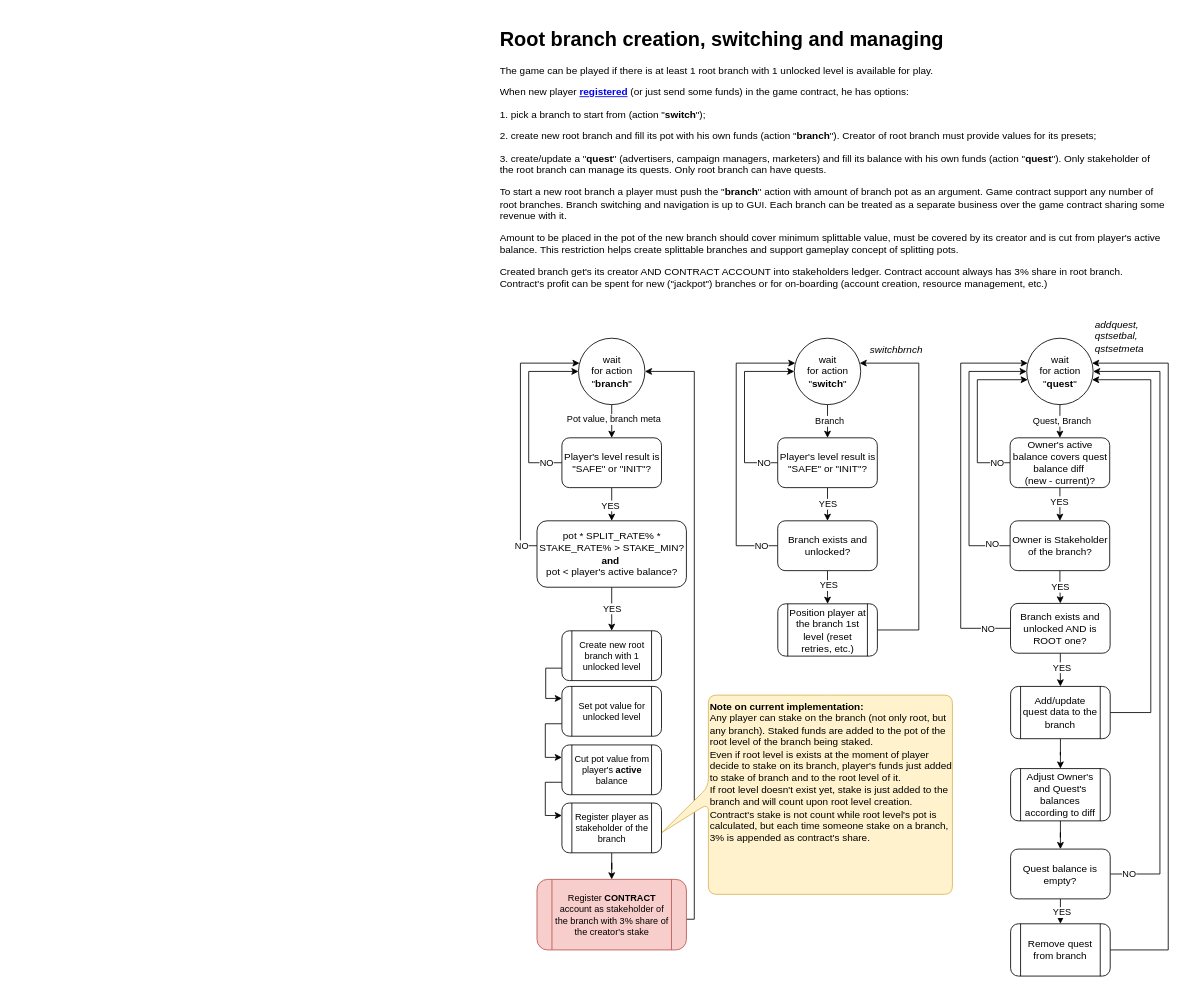
Before: page "branch" (4 of 14) of ia/WOFFLER IA.drawio in cptn-solo/woffler_contract, a draw.io diagram. Source tidied: cells renumbered, new cells numbered last; positions are measured from the earlier drawing's top-left corner, leaving out a move shared by most shapes. Both pictures are drawn from the tidied source at 83%, with x=0, y=0 at pixel (496, 22).
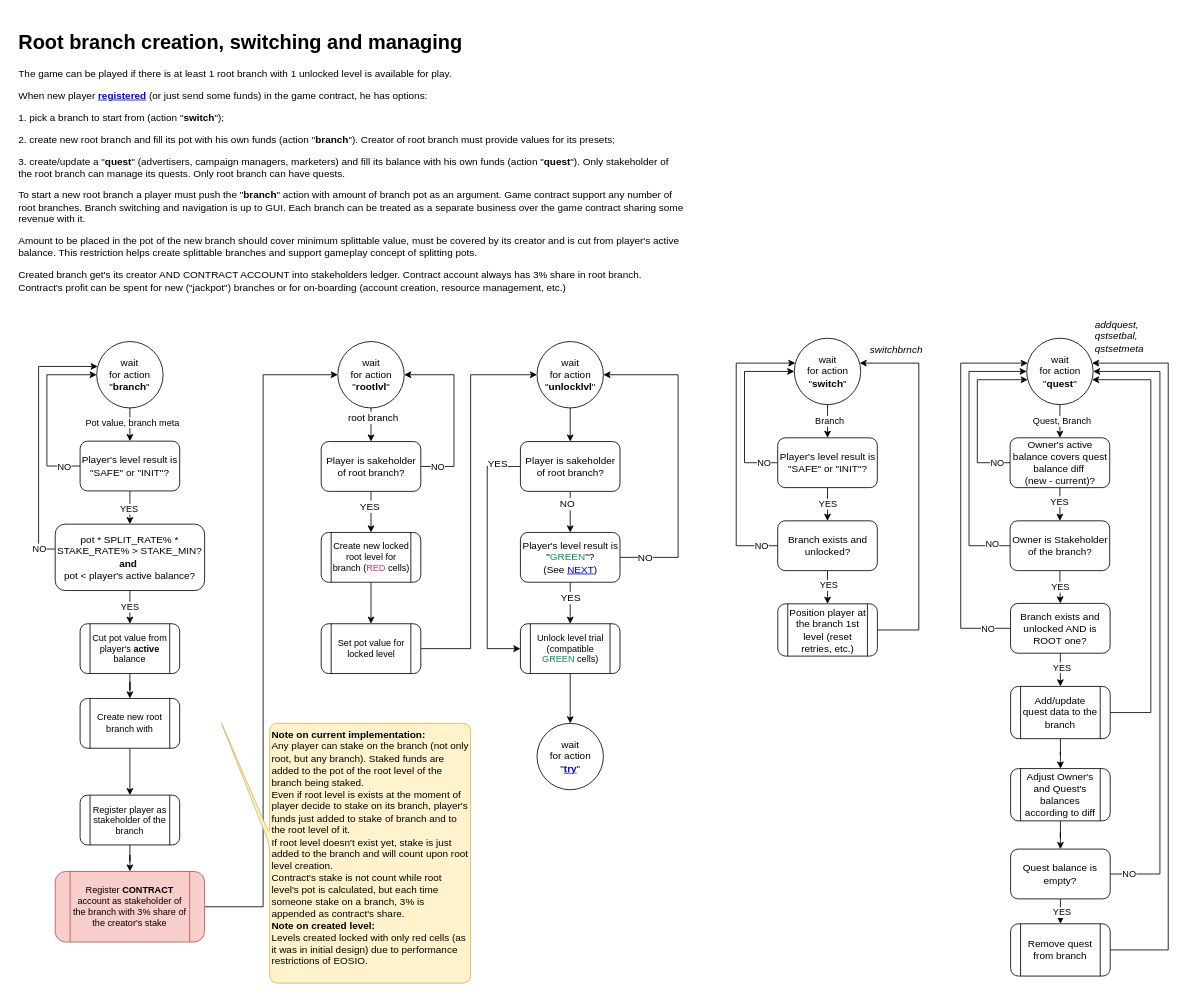
Above is the later version.

Commit message (it also covers changes not shown here):
#25 Action `unlocklvl` - Implement root level cells regeneration action for stakeholders of branch (now admin option);

Diff of the diagram source:
```diff
@@
     <mxCell id="2" value="&lt;h1&gt;Root branch creation, switching and managing&lt;/h1&gt;&lt;p&gt;&lt;span&gt;The game can be played if there is at least 1 root branch with 1 unlocked level is&amp;nbsp;available for play.&lt;/span&gt;&lt;br&gt;&lt;/p&gt;&lt;p&gt;When new player &lt;b&gt;&lt;a href=&quot;data:page/id,_cG1twMGafnnjIAd9MhQ&quot;&gt;registered&lt;/a&gt;&lt;/b&gt;&amp;nbsp;(or just send some funds) in the game contract, he has options:&lt;/p&gt;&lt;p&gt;1. pick a branch to start from (action &quot;&lt;b&gt;switch&lt;/b&gt;&quot;);&lt;/p&gt;&lt;p&gt;2. create new root branch and fill its pot with his own funds (action &quot;&lt;b&gt;branch&lt;/b&gt;&quot;). Creator of root branch must provide values for its presets;&lt;/p&gt;&lt;p&gt;3. create/update a &quot;&lt;b&gt;quest&lt;/b&gt;&quot; (advertisers, campaign managers, marketers) and fill its balance with his own funds (action &quot;&lt;b&gt;quest&lt;/b&gt;&quot;). Only stakeholder of the root branch can manage its quests. Only root branch can have quests.&lt;/p&gt;&lt;p&gt;To start a new root branch a player must push the &quot;&lt;b&gt;branch&lt;/b&gt;&quot; action with amount of branch pot as an argument. Game contract support any number of root branches. Branch switching and navigation is up to GUI. Each branch can be treated as a separate business over the game contract sharing some revenue with it.&lt;/p&gt;&lt;p&gt;Amount to be placed in the pot of the new branch should cover minimum splittable value, must be covered by its creator and is cut from player's active balance. This restriction helps create splittable branches and support gameplay concept of splitting pots.&lt;/p&gt;&lt;p&gt;Created branch get's its creator AND CONTRACT ACCOUNT into stakeholders ledger. Contract account always has 3% share in root branch. Contract's profit can be spent for new (&quot;jackpot&quot;) branches or for on-boarding (account creation, resource management, etc.)&lt;/p&gt;" style="text;html=1;strokeColor=none;fillColor=none;spacing=5;spacingTop=-20;whiteSpace=wrap;overflow=hidden;rounded=0;fontColor=#000000;labelBackgroundColor=none;" parent="1" vertex="1">
-      <mxGeometry width="810" height="370" as="geometry" />
+      <mxGeometry x="-580.5" y="4" width="810" height="370" as="geometry" />
     </mxCell>
@@
     <mxCell id="5" value="wait &lt;br&gt;for action&lt;br&gt;&quot;&lt;b&gt;branch&lt;/b&gt;&quot;" style="ellipse;whiteSpace=wrap;html=1;rounded=1;shadow=0;glass=0;strokeColor=#000000;fillColor=none;align=center;" parent="1" vertex="1">
-      <mxGeometry x="99.5" y="380" width="80" height="80" as="geometry" />
+      <mxGeometry x="-481" y="384" width="80" height="80" as="geometry" />
     </mxCell>
@@
     <mxCell id="13" style="edgeStyle=orthogonalEdgeStyle;rounded=0;jettySize=auto;html=1;fontSize=11;fontColor=#000000;" parent="1" edge="1" source="17" target="5">
       <mxGeometry relative="1" as="geometry">
         <Array as="points">
-          <mxPoint x="39.5" y="530" />
-          <mxPoint x="39.5" y="420" />
+          <mxPoint x="-541" y="534" />
+          <mxPoint x="-541" y="424" />
         </Array>
       </mxGeometry>
     </mxCell>
@@
     <mxCell id="17" value="Player's level result is &quot;SAFE&quot; or &quot;INIT&quot;?" style="rounded=1;whiteSpace=wrap;html=1;shadow=0;glass=0;strokeColor=#000000;align=center;" parent="1" vertex="1">
-      <mxGeometry x="79.5" y="500" width="120" height="60" as="geometry" />
+      <mxGeometry x="-501" y="504" width="120" height="60" as="geometry" />
     </mxCell>
     <mxCell id="18" value="NO" style="edgeStyle=orthogonalEdgeStyle;rounded=0;jettySize=auto;html=1;" parent="1" edge="1" source="20" target="5">
       <mxGeometry x="-0.88" relative="1" as="geometry">
         <Array as="points">
-          <mxPoint x="29.5" y="630" />
-          <mxPoint x="29.5" y="410" />
+          <mxPoint x="-551" y="634" />
+          <mxPoint x="-551" y="414" />
         </Array>
       </mxGeometry>
     </mxCell>
-    <mxCell id="19" value="YES" style="edgeStyle=orthogonalEdgeStyle;rounded=0;jettySize=auto;html=1;" parent="1" edge="1" source="20" target="22">
-      <mxGeometry relative="1" as="geometry" />
+    <mxCell id="19" value="YES" style="edgeStyle=orthogonalEdgeStyle;rounded=0;jettySize=auto;html=1;" parent="1" edge="1" source="20" target="26">
+      <mxGeometry relative="1" as="geometry">
+        <Array as="points">
+          <mxPoint x="-440.5" y="724" />
+          <mxPoint x="-440.5" y="724" />
+        </Array>
+      </mxGeometry>
     </mxCell>
     <mxCell id="20" value="pot * SPLIT_RATE% * STAKE_RATE% &amp;gt; STAKE_MIN? &lt;br&gt;&lt;b&gt;and&lt;/b&gt;&amp;nbsp;&lt;br&gt;pot &amp;lt; player's active balance?" style="rounded=1;whiteSpace=wrap;html=1;shadow=0;glass=0;strokeColor=#000000;align=center;" parent="1" vertex="1">
-      <mxGeometry x="49.5" y="600" width="180" height="80" as="geometry" />
+      <mxGeometry x="-531" y="604" width="180" height="80" as="geometry" />
     </mxCell>
-    <mxCell id="21" style="edgeStyle=orthogonalEdgeStyle;rounded=0;jettySize=auto;html=1;fontSize=11;fontColor=#000000;exitX=0;exitY=0.75;exitDx=0;exitDy=0;" parent="1" edge="1" source="22" target="24">
-      <mxGeometry relative="1" as="geometry">
-        <Array as="points">
-          <mxPoint x="80" y="777" />
-          <mxPoint x="60" y="777" />
-          <mxPoint x="60" y="814" />
-        </Array>
-      </mxGeometry>
+    <mxCell id="21" style="edgeStyle=orthogonalEdgeStyle;rounded=0;jumpStyle=arc;jettySize=auto;html=1;align=center;" parent="1" edge="1" source="22" target="24">
+      <mxGeometry relative="1" as="geometry" />
     </mxCell>
-    <mxCell id="22" value="Create new root branch with 1 unlocked level" style="shape=process;whiteSpace=wrap;html=1;backgroundOutline=1;rounded=1;labelBackgroundColor=none;fontSize=11;fontColor=#000000;" parent="1" vertex="1">
-      <mxGeometry x="79.5" y="732.5" width="120" height="60" as="geometry" />
+    <mxCell id="22" value="Create new locked root level for branch (&lt;font color=&quot;#ff2457&quot;&gt;RED&lt;/font&gt; cells)" style="shape=process;whiteSpace=wrap;html=1;backgroundOutline=1;rounded=1;labelBackgroundColor=none;fontSize=11;fontColor=#000000;" parent="1" vertex="1">
+      <mxGeometry x="-210.5" y="614" width="120" height="60" as="geometry" />
     </mxCell>
-    <mxCell id="23" style="edgeStyle=orthogonalEdgeStyle;rounded=0;jettySize=auto;html=1;exitX=0;exitY=0.75;exitDx=0;exitDy=0;entryX=0;entryY=0.25;entryDx=0;entryDy=0;fontSize=11;fontColor=#000000;" parent="1" edge="1" source="24" target="26">
-      <mxGeometry relative="1" as="geometry" />
+    <mxCell id="23" style="edgeStyle=orthogonalEdgeStyle;rounded=0;jettySize=auto;html=1;exitX=0;exitY=0.75;exitDx=0;exitDy=0;entryX=0;entryY=0.25;entryDx=0;entryDy=0;fontSize=11;fontColor=#000000;" parent="1" edge="1" source="24">
+      <mxGeometry relative="1" as="geometry">
+        <mxPoint x="-200" y="757" as="targetPoint" />
+      </mxGeometry>
     </mxCell>
+    <mxCell id="70" style="edgeStyle=orthogonalEdgeStyle;rounded=0;jumpStyle=arc;jettySize=auto;html=1;align=center;" parent="1" edge="1" source="24" target="76">
+      <mxGeometry relative="1" as="geometry">
+        <Array as="points">
+          <mxPoint x="-30.5" y="754" />
+          <mxPoint x="-30.5" y="424" />
+        </Array>
+      </mxGeometry>
+    </mxCell>
-    <mxCell id="24" value="Set pot value for unlocked level" style="shape=process;whiteSpace=wrap;html=1;backgroundOutline=1;rounded=1;labelBackgroundColor=none;fontSize=11;fontColor=#000000;" parent="1" vertex="1">
-      <mxGeometry x="79.5" y="799.5" width="120" height="60" as="geometry" />
+    <mxCell id="24" value="Set pot value for locked level" style="shape=process;whiteSpace=wrap;html=1;backgroundOutline=1;rounded=1;labelBackgroundColor=none;fontSize=11;fontColor=#000000;" parent="1" vertex="1">
+      <mxGeometry x="-210.5" y="724" width="120" height="60" as="geometry" />
     </mxCell>
-    <mxCell id="25" style="edgeStyle=orthogonalEdgeStyle;rounded=0;jettySize=auto;html=1;exitX=0;exitY=0.75;exitDx=0;exitDy=0;entryX=0;entryY=0.25;entryDx=0;entryDy=0;fontSize=11;fontColor=#000000;" parent="1" edge="1" source="26" target="29">
+    <mxCell id="25" style="edgeStyle=orthogonalEdgeStyle;rounded=0;jettySize=auto;html=1;fontSize=11;fontColor=#000000;" parent="1" edge="1" source="26" target="78">
       <mxGeometry relative="1" as="geometry" />
     </mxCell>
     <mxCell id="26" value="Cut pot value from player's &lt;b&gt;active&lt;/b&gt; balance" style="shape=process;whiteSpace=wrap;html=1;backgroundOutline=1;rounded=1;labelBackgroundColor=none;fontSize=11;fontColor=#000000;" parent="1" vertex="1">
-      <mxGeometry x="79.5" y="870" width="120" height="60" as="geometry" />
+      <mxGeometry x="-501" y="724" width="120" height="60" as="geometry" />
     </mxCell>
-    <mxCell id="27" style="edgeStyle=orthogonalEdgeStyle;rounded=0;jettySize=auto;html=1;" parent="1" edge="1" source="37" target="5">
-      <mxGeometry relative="1" as="geometry">
-        <Array as="points">
-          <mxPoint x="239" y="1080" />
-          <mxPoint x="239" y="420" />
-        </Array>
-      </mxGeometry>
-    </mxCell>
@@
     <mxCell id="29" value="Register player as stakeholder of the branch" style="shape=process;whiteSpace=wrap;html=1;backgroundOutline=1;rounded=1;labelBackgroundColor=none;fontSize=11;fontColor=#000000;" parent="1" vertex="1">
-      <mxGeometry x="79.5" y="940" width="120" height="60" as="geometry" />
+      <mxGeometry x="-501" y="930.5" width="120" height="60" as="geometry" />
     </mxCell>
@@
+    <mxCell id="71" style="edgeStyle=orthogonalEdgeStyle;rounded=0;jumpStyle=arc;jettySize=auto;html=1;align=center;" parent="1" edge="1" source="37" target="74">
+      <mxGeometry relative="1" as="geometry">
+        <Array as="points">
+          <mxPoint x="-280.5" y="1065" />
+          <mxPoint x="-280.5" y="424" />
+        </Array>
+      </mxGeometry>
+    </mxCell>
     <mxCell id="37" value="Register &lt;b&gt;CONTRACT&lt;/b&gt; account as stakeholder of the branch with 3% share of the creator's stake" style="shape=process;whiteSpace=wrap;html=1;backgroundOutline=1;rounded=1;labelBackgroundColor=none;fontSize=11;fillColor=#f8cecc;strokeColor=#b85450;" parent="1" vertex="1">
-      <mxGeometry x="49.5" y="1032" width="180" height="85" as="geometry" />
+      <mxGeometry x="-531" y="1022.5" width="180" height="85" as="geometry" />
     </mxCell>
@@
-    <mxCell id="69" value="&lt;b&gt;Note on current implementation:&lt;br&gt;&lt;/b&gt;Any player can stake on the branch (not only root, but any branch). Staked funds are added to the pot of the root level of the branch being staked.&lt;br&gt;Even if root level is exists at the moment of player decide to stake on its branch, player's funds just added to stake of branch and to the root level of it.&lt;br&gt;If root level doesn't exist yet, stake is just added to the branch and will count upon root level creation.&lt;br&gt;Contract's stake is not count while root level's pot is calculated, but each time someone stake on a branch, 3% is appended as contract's share.&lt;br&gt;" style="shape=callout;whiteSpace=wrap;html=1;perimeter=calloutPerimeter;direction=south;size=56;position=0.46;position2=0.69;align=left;verticalAlign=top;fillColor=#fff2cc;strokeColor=#d6b656;rounded=1;" parent="1" vertex="1">
-      <mxGeometry x="200" y="810" width="350" height="240" as="geometry" />
+    <mxCell id="69" value="&lt;b&gt;Note on current implementation:&lt;br&gt;&lt;/b&gt;Any player can stake on the branch (not only root, but any branch). Staked funds are added to the pot of the root level of the branch being staked.&lt;br&gt;Even if root level is exists at the moment of player decide to stake on its branch, player's funds just added to stake of branch and to the root level of it.&lt;br&gt;If root level doesn't exist yet, stake is just added to the branch and will count upon root level creation.&lt;br&gt;Contract's stake is not count while root level's pot is calculated, but each time someone stake on a branch, 3% is appended as contract's share.&lt;br&gt;&lt;b&gt;Note on created level:&lt;/b&gt;&lt;br&gt;Levels created locked with only red cells (as it was in initial design) due to performance restrictions of EOSIO.&lt;br&gt;" style="shape=callout;whiteSpace=wrap;html=1;perimeter=calloutPerimeter;direction=south;size=58;position=0.43;position2=0;align=left;verticalAlign=top;fillColor=#fff2cc;strokeColor=#d6b656;rounded=1;base=12;" parent="1" vertex="1">
+      <mxGeometry x="-330.5" y="844" width="300" height="313" as="geometry" />
     </mxCell>
+    <mxCell id="72" style="edgeStyle=orthogonalEdgeStyle;rounded=0;jumpStyle=arc;jettySize=auto;html=1;align=center;" parent="1" edge="1" source="74" target="82">
+      <mxGeometry relative="1" as="geometry" />
+    </mxCell>
+    <mxCell id="73" value="root branch" style="text;html=1;align=center;verticalAlign=middle;labelBackgroundColor=#ffffff;" parent="72" vertex="1">
+      <mxGeometry x="-0.46" y="2" relative="1" as="geometry" />
+    </mxCell>
+    <mxCell id="74" value="wait &lt;br&gt;for action&lt;br&gt;&quot;&lt;b&gt;rootlvl&lt;/b&gt;&quot;" style="ellipse;whiteSpace=wrap;html=1;rounded=1;shadow=0;glass=0;strokeColor=#000000;fillColor=none;align=center;" parent="1" vertex="1">
+      <mxGeometry x="-190.5" y="384" width="80" height="80" as="geometry" />
+    </mxCell>
+    <mxCell id="75" style="edgeStyle=orthogonalEdgeStyle;rounded=0;jumpStyle=arc;jettySize=auto;html=1;align=center;" parent="1" edge="1" source="76" target="87">
+      <mxGeometry relative="1" as="geometry" />
+    </mxCell>
+    <mxCell id="76" value="wait &lt;br&gt;for action&lt;br&gt;&quot;&lt;b&gt;unlocklvl&lt;/b&gt;&quot;" style="ellipse;whiteSpace=wrap;html=1;rounded=1;shadow=0;glass=0;strokeColor=#000000;fillColor=none;align=center;" parent="1" vertex="1">
+      <mxGeometry x="49.5" y="384" width="80" height="80" as="geometry" />
+    </mxCell>
+    <mxCell id="77" style="edgeStyle=orthogonalEdgeStyle;rounded=0;jumpStyle=arc;jettySize=auto;html=1;align=center;" parent="1" edge="1" source="78" target="29">
+      <mxGeometry relative="1" as="geometry" />
+    </mxCell>
+    <mxCell id="78" value="Create new root branch with" style="shape=process;whiteSpace=wrap;html=1;backgroundOutline=1;rounded=1;labelBackgroundColor=none;fontSize=11;fontColor=#000000;" parent="1" vertex="1">
+      <mxGeometry x="-501" y="814" width="120" height="60" as="geometry" />
+    </mxCell>
+    <mxCell id="79" style="edgeStyle=orthogonalEdgeStyle;rounded=0;jumpStyle=arc;jettySize=auto;html=1;align=center;" parent="1" edge="1" source="82" target="22">
+      <mxGeometry relative="1" as="geometry" />
+    </mxCell>
+    <mxCell id="80" value="YES&lt;br&gt;" style="text;html=1;align=center;verticalAlign=middle;labelBackgroundColor=#ffffff;" parent="79" vertex="1">
+      <mxGeometry x="-0.29" y="-2" relative="1" as="geometry" />
+    </mxCell>
+    <mxCell id="81" value="NO" style="edgeStyle=orthogonalEdgeStyle;rounded=0;jumpStyle=arc;jettySize=auto;html=1;align=center;" parent="1" edge="1" source="82" target="74">
+      <mxGeometry x="-0.81" relative="1" as="geometry">
+        <Array as="points">
+          <mxPoint x="-50.5" y="534.5" />
+          <mxPoint x="-50.5" y="424" />
+        </Array>
+      </mxGeometry>
+    </mxCell>
+    <mxCell id="82" value="Player is sakeholder of root branch?" style="rounded=1;whiteSpace=wrap;html=1;shadow=0;glass=0;strokeColor=#000000;align=center;" parent="1" vertex="1">
+      <mxGeometry x="-210.5" y="504.5" width="120" height="60" as="geometry" />
+    </mxCell>
+    <mxCell id="83" style="edgeStyle=orthogonalEdgeStyle;rounded=0;jumpStyle=arc;jettySize=auto;html=1;align=center;" parent="1" edge="1" source="87" target="92">
+      <mxGeometry relative="1" as="geometry" />
+    </mxCell>
+    <mxCell id="84" value="NO" style="text;html=1;align=center;verticalAlign=middle;labelBackgroundColor=#ffffff;" parent="83" vertex="1">
+      <mxGeometry x="-0.41" y="-4" relative="1" as="geometry" />
+    </mxCell>
+    <mxCell id="85" style="edgeStyle=orthogonalEdgeStyle;rounded=0;jumpStyle=arc;jettySize=auto;html=1;align=center;" parent="1" edge="1" source="87" target="94">
+      <mxGeometry relative="1" as="geometry">
+        <Array as="points">
+          <mxPoint x="-10.5" y="534.5" />
+          <mxPoint x="-10.5" y="754" />
+        </Array>
+      </mxGeometry>
+    </mxCell>
+    <mxCell id="86" value="YES" style="text;html=1;align=center;verticalAlign=middle;labelBackgroundColor=#ffffff;" parent="85" vertex="1">
+      <mxGeometry x="-0.81" y="-3" relative="1" as="geometry" />
+    </mxCell>
+    <mxCell id="87" value="Player is sakeholder of root branch?" style="rounded=1;whiteSpace=wrap;html=1;shadow=0;glass=0;strokeColor=#000000;align=center;" parent="1" vertex="1">
+      <mxGeometry x="29.5" y="504.5" width="120" height="60" as="geometry" />
+    </mxCell>
+    <mxCell id="88" style="edgeStyle=orthogonalEdgeStyle;rounded=0;jumpStyle=arc;jettySize=auto;html=1;align=center;" parent="1" edge="1" source="92" target="94">
+      <mxGeometry relative="1" as="geometry" />
+    </mxCell>
+    <mxCell id="89" value="YES" style="text;html=1;align=center;verticalAlign=middle;labelBackgroundColor=#ffffff;" parent="88" vertex="1">
+      <mxGeometry x="-0.28" relative="1" as="geometry" />
+    </mxCell>
+    <mxCell id="90" style="edgeStyle=orthogonalEdgeStyle;rounded=0;jumpStyle=arc;jettySize=auto;html=1;align=center;" parent="1" edge="1" source="92" target="76">
+      <mxGeometry relative="1" as="geometry">
+        <Array as="points">
+          <mxPoint x="219.5" y="644" />
+          <mxPoint x="219.5" y="424" />
+        </Array>
+      </mxGeometry>
+    </mxCell>
+    <mxCell id="91" value="NO" style="text;html=1;align=center;verticalAlign=middle;labelBackgroundColor=#ffffff;" parent="90" vertex="1">
+      <mxGeometry x="-0.84" relative="1" as="geometry" />
+    </mxCell>
+    <mxCell id="92" value="Player's level result is &quot;&lt;font color=&quot;#00994d&quot;&gt;GREEN&lt;/font&gt;&quot;?&lt;br&gt;(See &lt;a href=&quot;data:page/id,PO2idtyygykwMbh8yiFy&quot;&gt;NEXT&lt;/a&gt;)&lt;br&gt;" style="rounded=1;whiteSpace=wrap;html=1;shadow=0;glass=0;strokeColor=#000000;align=center;" parent="1" vertex="1">
+      <mxGeometry x="29.5" y="614" width="120" height="60" as="geometry" />
+    </mxCell>
+    <mxCell id="93" style="edgeStyle=orthogonalEdgeStyle;rounded=0;jumpStyle=arc;jettySize=auto;html=1;align=center;" parent="1" edge="1" source="94" target="95">
+      <mxGeometry relative="1" as="geometry" />
+    </mxCell>
+    <mxCell id="94" value="Unlock level trial&lt;br&gt;(compatible &lt;font color=&quot;#00994d&quot;&gt;GREEN&lt;/font&gt; cells)&lt;br&gt;" style="shape=process;whiteSpace=wrap;html=1;backgroundOutline=1;rounded=1;labelBackgroundColor=none;fontSize=11;fontColor=#000000;" parent="1" vertex="1">
+      <mxGeometry x="29.5" y="724" width="120" height="60" as="geometry" />
+    </mxCell>
+    <mxCell id="95" value="wait &lt;br&gt;for action&lt;br&gt;&quot;&lt;b&gt;&lt;a href=&quot;data:page/id,Am0qS1xOvbDyxcGwkt44&quot;&gt;try&lt;/a&gt;&lt;/b&gt;&quot;" style="ellipse;whiteSpace=wrap;html=1;rounded=1;shadow=0;glass=0;strokeColor=#000000;fillColor=none;align=center;" parent="1" vertex="1">
+      <mxGeometry x="49.5" y="844" width="80" height="80" as="geometry" />
+    </mxCell>
```
